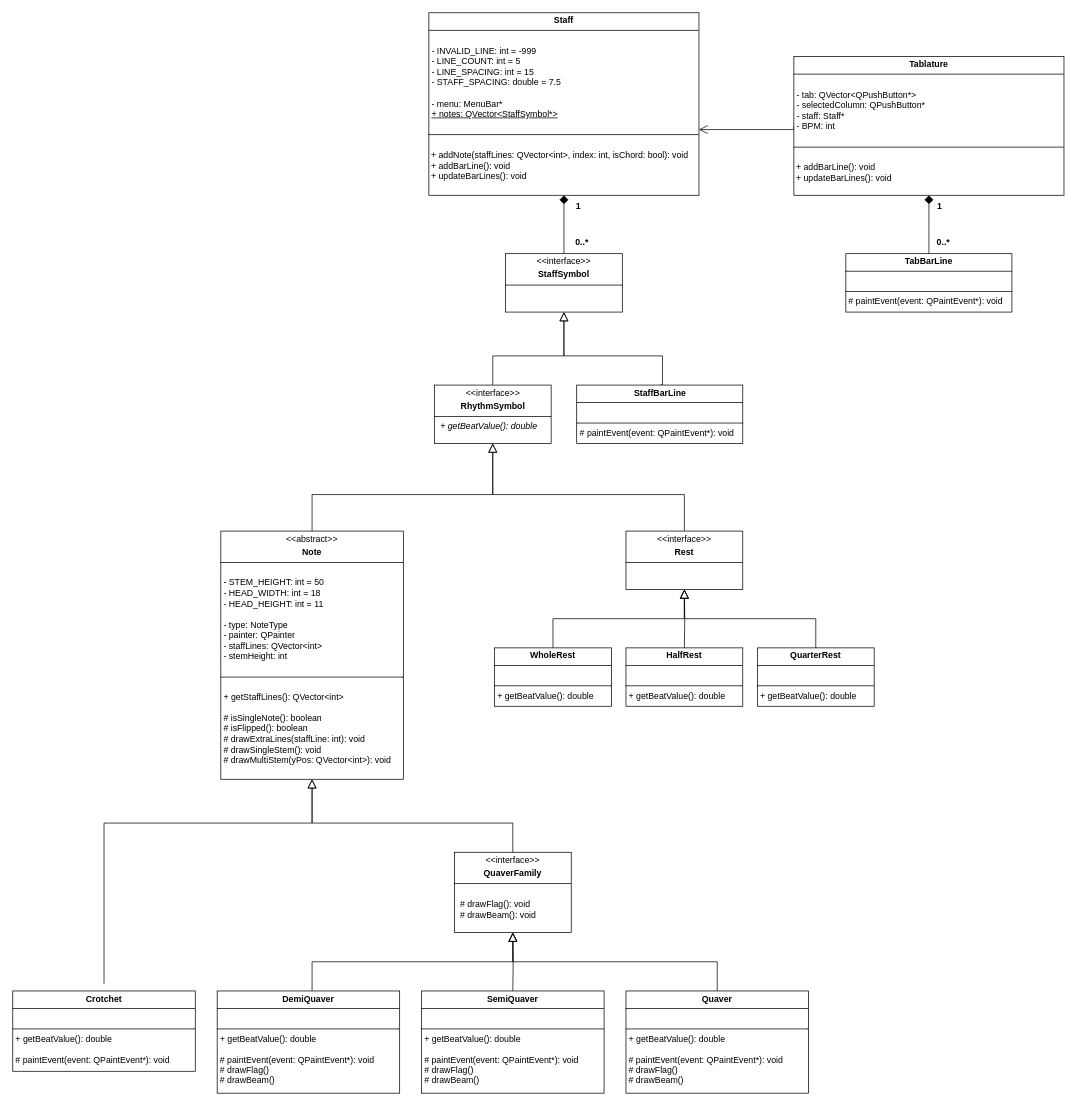
The draw.io diagram UMLDiagram.drawio in EthanL285/TabPro, before the edit. Source tidied: cells renumbered, new cells numbered last; positions are measured from the earlier drawing's top-left corner, leaving out a move shared by most shapes. Both pictures are drawn from the tidied source at 73%, with x=0, y=0 at pixel (12, 12).
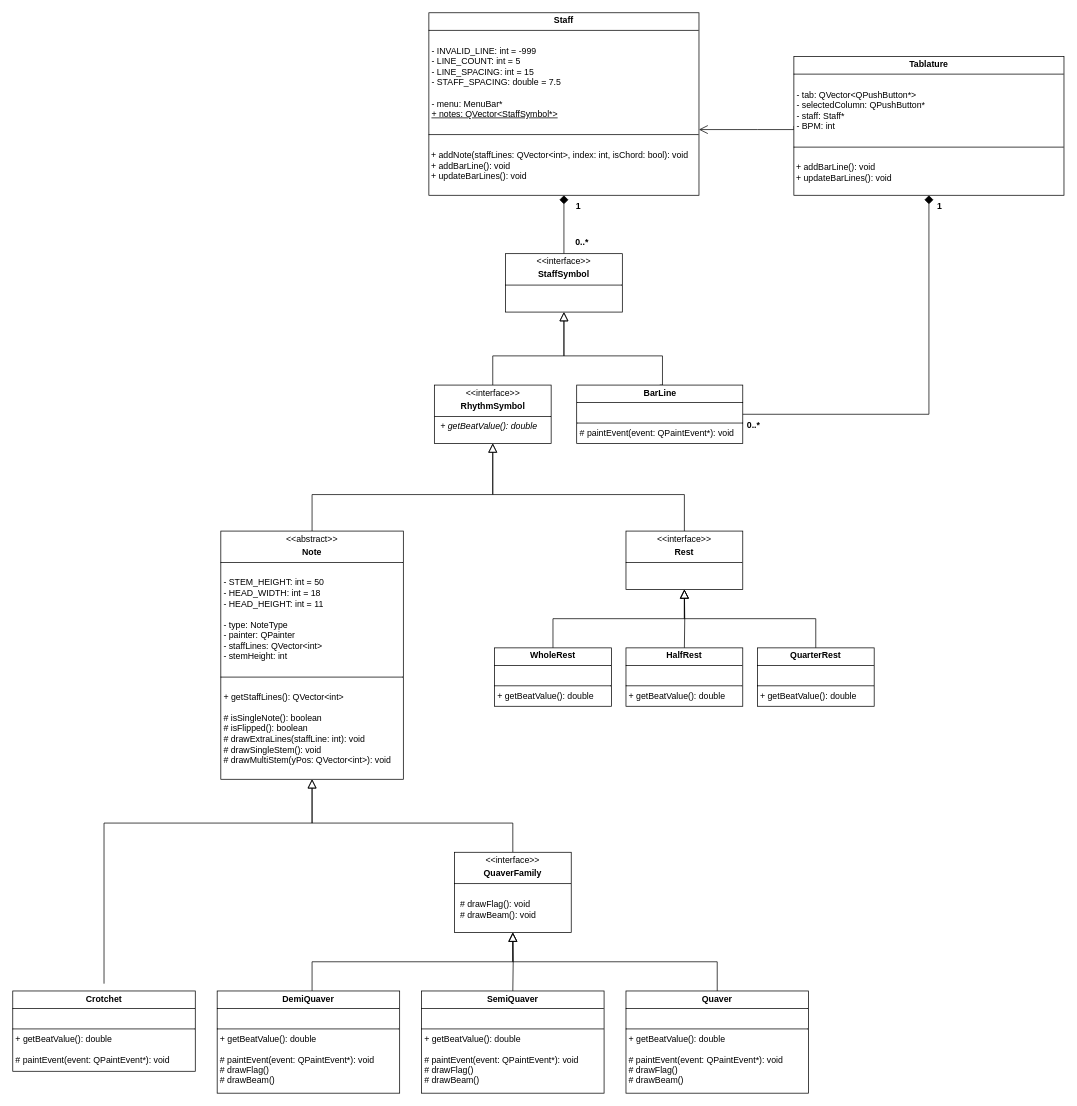
The same diagram, later.

Unchanged cells that the change refers to:
```xml
<mxCell id="34" value="&lt;p style=&quot;margin:0px;margin-top:4px;text-align:center;&quot;&gt;&lt;b&gt;Tablature&lt;/b&gt;&lt;/p&gt;&lt;hr size=&quot;1&quot; style=&quot;border-style:solid;&quot;&gt;&lt;p style=&quot;margin:0px;margin-left:4px;&quot;&gt;&lt;br&gt;&lt;/p&gt;&lt;p style=&quot;margin:0px;margin-left:4px;&quot;&gt;- tab: QVector&amp;lt;QPushButton*&amp;gt;&lt;/p&gt;&lt;p style=&quot;margin:0px;margin-left:4px;&quot;&gt;- selectedColumn: QPushButton*&lt;/p&gt;&lt;p style=&quot;margin:0px;margin-left:4px;&quot;&gt;- staff: Staff*&lt;/p&gt;&lt;p style=&quot;margin:0px;margin-left:4px;&quot;&gt;- BPM: int&lt;/p&gt;&lt;p style=&quot;margin:0px;margin-left:4px;&quot;&gt;&lt;br&gt;&lt;/p&gt;&lt;hr size=&quot;1&quot; style=&quot;border-style:solid;&quot;&gt;&lt;br&gt;&lt;div&gt;&amp;nbsp;+ addBarLine(): void&lt;/div&gt;&lt;div&gt;&amp;nbsp;+ updateBarLines(): void&lt;/div&gt;&lt;div&gt;&lt;br&gt;&lt;/div&gt;" style="verticalAlign=top;align=left;overflow=fill;html=1;whiteSpace=wrap;" parent="1" vertex="1">
  <mxGeometry x="1070" y="60" width="370" height="190" as="geometry" />
</mxCell>
```

Diff of the diagram source:
```diff
@@
-    <mxCell id="23" value="&lt;p style=&quot;margin:0px;margin-top:4px;text-align:center;&quot;&gt;&lt;b&gt;StaffBarLine&lt;/b&gt;&lt;/p&gt;&lt;hr size=&quot;1&quot; style=&quot;border-style:solid;&quot;&gt;&lt;p style=&quot;margin:0px;margin-left:4px;&quot;&gt;&lt;br&gt;&lt;/p&gt;&lt;hr size=&quot;1&quot; style=&quot;border-style:solid;&quot;&gt;&lt;p style=&quot;margin: 0px 0px 0px 4px;&quot;&gt;# paintEvent(event: QPaintEvent*): void&lt;/p&gt;&lt;div&gt;&lt;br&gt;&lt;/div&gt;" style="verticalAlign=top;align=left;overflow=fill;html=1;whiteSpace=wrap;" parent="1" vertex="1">
+    <mxCell id="23" value="&lt;p style=&quot;margin:0px;margin-top:4px;text-align:center;&quot;&gt;&lt;b&gt;BarLine&lt;/b&gt;&lt;/p&gt;&lt;hr size=&quot;1&quot; style=&quot;border-style:solid;&quot;&gt;&lt;p style=&quot;margin:0px;margin-left:4px;&quot;&gt;&lt;br&gt;&lt;/p&gt;&lt;hr size=&quot;1&quot; style=&quot;border-style:solid;&quot;&gt;&lt;p style=&quot;margin: 0px 0px 0px 4px;&quot;&gt;# paintEvent(event: QPaintEvent*): void&lt;/p&gt;&lt;div&gt;&lt;br&gt;&lt;/div&gt;" style="verticalAlign=top;align=left;overflow=fill;html=1;whiteSpace=wrap;" parent="1" vertex="1">
       <mxGeometry x="772.5" y="510" width="227.5" height="80" as="geometry" />
     </mxCell>
@@
-    <mxCell id="31" style="edgeStyle=orthogonalEdgeStyle;rounded=0;jettySize=auto;html=1;endSize=10;endArrow=diamond;endFill=1;" parent="1" edge="1" source="32" target="34">
+    <mxCell id="31" style="edgeStyle=orthogonalEdgeStyle;rounded=0;jettySize=auto;html=1;endSize=10;endArrow=diamond;endFill=1;" parent="1" edge="1" source="23" target="34">
       <mxGeometry relative="1" as="geometry" />
     </mxCell>
-    <mxCell id="32" value="&lt;p style=&quot;margin:0px;margin-top:4px;text-align:center;&quot;&gt;&lt;b&gt;TabBarLine&lt;/b&gt;&lt;/p&gt;&lt;hr size=&quot;1&quot; style=&quot;border-style:solid;&quot;&gt;&lt;p style=&quot;margin:0px;margin-left:4px;&quot;&gt;&lt;br&gt;&lt;/p&gt;&lt;hr size=&quot;1&quot; style=&quot;border-style:solid;&quot;&gt;&lt;p style=&quot;margin: 0px 0px 0px 4px;&quot;&gt;# paintEvent(event: QPaintEvent*): void&lt;/p&gt;&lt;div&gt;&lt;br&gt;&lt;/div&gt;" style="verticalAlign=top;align=left;overflow=fill;html=1;whiteSpace=wrap;" parent="1" vertex="1">
-      <mxGeometry x="1141.2" y="330" width="227.5" height="80" as="geometry" />
-    </mxCell>
@@
     <mxCell id="35" value="&lt;b&gt;0..*&lt;/b&gt;" style="text;html=1;align=center;verticalAlign=middle;whiteSpace=wrap;rounded=0;" parent="1" vertex="1">
-      <mxGeometry x="1260" y="300" width="30" height="30" as="geometry" />
+      <mxGeometry x="1000" y="550" width="30" height="30" as="geometry" />
     </mxCell>
```
